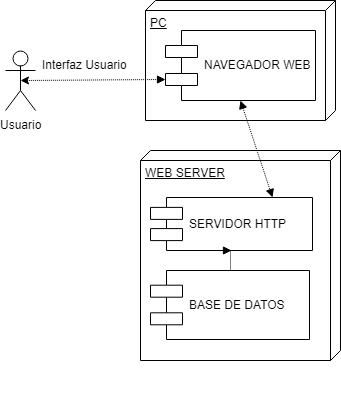
Above: Imagenes/DiagramaDespliegue.png in Danielh002/GeneticAlgorithm (draw.io), before the change. Source tidied: cells renumbered, new cells last; positions are measured from the earlier drawing's top-left corner, leaving out a move shared by most shapes. Source of this version:
```xml
<mxGraphModel>
  <root>
    <mxCell id="0" />
    <mxCell id="1" parent="0" />
    <mxCell id="2" value="Usuario" style="shape=umlActor;verticalLabelPosition=bottom;labelBackgroundColor=#ffffff;verticalAlign=top;html=1;outlineConnect=0;" parent="1" vertex="1">
      <mxGeometry y="50" width="30" height="60" as="geometry" />
    </mxCell>
    <mxCell id="3" value="PC" style="verticalAlign=top;align=left;spacingTop=8;spacingLeft=2;spacingRight=12;shape=cube;size=10;direction=south;fontStyle=4;html=1;" parent="1" vertex="1">
      <mxGeometry x="140" width="190" height="120" as="geometry" />
    </mxCell>
    <mxCell id="4" value="NAVEGADOR WEB" style="shape=component;align=left;spacingLeft=36;" parent="1" vertex="1">
      <mxGeometry x="160" y="30" width="150" height="70" as="geometry" />
    </mxCell>
    <mxCell id="5" style="group;" parent="1" vertex="1">
      <mxGeometry x="135" y="150" width="200" height="255" as="geometry" />
    </mxCell>
    <mxCell id="6" value="WEB SERVER" style="verticalAlign=top;align=left;spacingTop=8;spacingLeft=2;spacingRight=12;shape=cube;size=10;direction=south;fontStyle=4;html=1;" parent="5" vertex="1">
      <mxGeometry width="200" height="210" as="geometry" />
    </mxCell>
    <mxCell id="7" value="SERVIDOR HTTP" style="shape=component;align=left;spacingLeft=36;" parent="5" vertex="1">
      <mxGeometry x="10" y="47" width="162" height="53" as="geometry" />
    </mxCell>
    <mxCell id="8" style="edgeStyle=orthogonalEdgeStyle;rounded=0;jettySize=auto;html=1;exitX=0.5;exitY=0;exitDx=0;exitDy=0;dashed=1;dashPattern=1 1;endArrow=block;endFill=1;" parent="5" edge="1" source="9" target="7">
      <mxGeometry relative="1" as="geometry" />
    </mxCell>
    <mxCell id="9" value="BASE DE DATOS" style="shape=component;align=left;spacingLeft=36;" parent="5" vertex="1">
      <mxGeometry x="10" y="120" width="159" height="69" as="geometry" />
    </mxCell>
    <mxCell id="10" style="rounded=0;jettySize=auto;html=1;exitX=0.5;exitY=1;exitDx=0;exitDy=0;entryX=0.75;entryY=0;entryDx=0;entryDy=0;dashed=1;dashPattern=1 1;endArrow=block;endFill=1;startArrow=block;startFill=1;" parent="1" edge="1" source="4" target="7">
      <mxGeometry relative="1" as="geometry" />
    </mxCell>
    <mxCell id="11" value="Interfaz Usuario" style="text;html=1;align=left;verticalAlign=top;spacingTop=-4;" parent="1" vertex="1">
      <mxGeometry x="35" y="55" width="100" height="20" as="geometry" />
    </mxCell>
    <mxCell id="12" style="rounded=0;jettySize=auto;html=1;exitX=0.5;exitY=0.5;exitDx=0;exitDy=0;exitPerimeter=0;dashed=1;dashPattern=1 1;startArrow=classic;startFill=1;endArrow=block;endFill=1;entryX=0;entryY=0.7;entryDx=0;entryDy=0;" parent="1" edge="1" source="2" target="4">
      <mxGeometry relative="1" as="geometry" />
    </mxCell>
  </root>
</mxGraphModel>
```
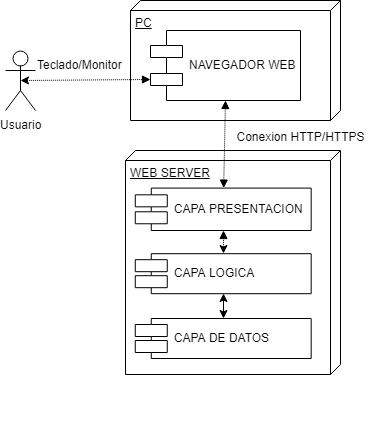
Later version of the same file.

The edit, as a diff of the source:
```diff
@@ -3,37 +3,46 @@
     <mxCell id="0" />
     <mxCell id="1" parent="0" />
     <mxCell id="2" value="Usuario" style="shape=umlActor;verticalLabelPosition=bottom;labelBackgroundColor=#ffffff;verticalAlign=top;html=1;outlineConnect=0;" parent="1" vertex="1">
-      <mxGeometry y="50" width="30" height="60" as="geometry" />
+      <mxGeometry x="15" y="50" width="30" height="60" as="geometry" />
     </mxCell>
     <mxCell id="3" value="PC" style="verticalAlign=top;align=left;spacingTop=8;spacingLeft=2;spacingRight=12;shape=cube;size=10;direction=south;fontStyle=4;html=1;" parent="1" vertex="1">
-      <mxGeometry x="140" width="190" height="120" as="geometry" />
+      <mxGeometry x="140" width="210" height="120" as="geometry" />
     </mxCell>
     <mxCell id="4" value="NAVEGADOR WEB" style="shape=component;align=left;spacingLeft=36;" parent="1" vertex="1">
       <mxGeometry x="160" y="30" width="150" height="70" as="geometry" />
     </mxCell>
     <mxCell id="5" style="group;" parent="1" vertex="1">
-      <mxGeometry x="135" y="150" width="200" height="255" as="geometry" />
+      <mxGeometry x="135" y="150" width="215" height="280" as="geometry" />
     </mxCell>
     <mxCell id="6" value="WEB SERVER" style="verticalAlign=top;align=left;spacingTop=8;spacingLeft=2;spacingRight=12;shape=cube;size=10;direction=south;fontStyle=4;html=1;" parent="5" vertex="1">
-      <mxGeometry width="200" height="210" as="geometry" />
+      <mxGeometry width="215" height="224" as="geometry" />
     </mxCell>
-    <mxCell id="7" value="SERVIDOR HTTP" style="shape=component;align=left;spacingLeft=36;" parent="5" vertex="1">
-      <mxGeometry x="10" y="47" width="162" height="53" as="geometry" />
+    <mxCell id="7" value="CAPA PRESENTACION" style="shape=component;align=left;spacingLeft=36;" parent="5" vertex="1">
+      <mxGeometry x="9.8" y="37.6" width="175.9" height="42.4" as="geometry" />
     </mxCell>
-    <mxCell id="8" style="edgeStyle=orthogonalEdgeStyle;rounded=0;jettySize=auto;html=1;exitX=0.5;exitY=0;exitDx=0;exitDy=0;dashed=1;dashPattern=1 1;endArrow=block;endFill=1;" parent="5" edge="1" source="9" target="7">
+    <mxCell id="8" style="edgeStyle=orthogonalEdgeStyle;rounded=0;jettySize=auto;html=1;exitX=0.5;exitY=0;exitDx=0;exitDy=0;dashed=1;dashPattern=1 1;endArrow=block;endFill=1;startArrow=classic;startFill=1;" parent="5" edge="1" source="9" target="7">
       <mxGeometry relative="1" as="geometry" />
     </mxCell>
+    <mxCell id="13" style="edgeStyle=orthogonalEdgeStyle;rounded=0;jettySize=auto;html=1;exitX=0.5;exitY=1;exitDx=0;exitDy=0;startArrow=classic;startFill=1;" parent="5" edge="1" source="9" target="14">
+      <mxGeometry relative="1" as="geometry" />
+    </mxCell>
-    <mxCell id="9" value="BASE DE DATOS" style="shape=component;align=left;spacingLeft=36;" parent="5" vertex="1">
-      <mxGeometry x="10" y="120" width="159" height="69" as="geometry" />
+    <mxCell id="9" value="CAPA LOGICA" style="shape=component;align=left;spacingLeft=36;" parent="5" vertex="1">
+      <mxGeometry x="9.8" y="103.2" width="175.9" height="40" as="geometry" />
     </mxCell>
+    <mxCell id="14" value="CAPA DE DATOS" style="shape=component;align=left;spacingLeft=36;" parent="5" vertex="1">
+      <mxGeometry x="9.8" y="168" width="175.9" height="40" as="geometry" />
+    </mxCell>
-    <mxCell id="10" style="rounded=0;jettySize=auto;html=1;exitX=0.5;exitY=1;exitDx=0;exitDy=0;entryX=0.75;entryY=0;entryDx=0;entryDy=0;dashed=1;dashPattern=1 1;endArrow=block;endFill=1;startArrow=block;startFill=1;" parent="1" edge="1" source="4" target="7">
+    <mxCell id="10" style="rounded=0;jettySize=auto;html=1;exitX=0.5;exitY=1;exitDx=0;exitDy=0;dashed=1;dashPattern=1 1;endArrow=block;endFill=1;startArrow=block;startFill=1;" parent="1" edge="1" source="4" target="7">
       <mxGeometry relative="1" as="geometry" />
     </mxCell>
-    <mxCell id="11" value="Interfaz Usuario" style="text;html=1;align=left;verticalAlign=top;spacingTop=-4;" parent="1" vertex="1">
-      <mxGeometry x="35" y="55" width="100" height="20" as="geometry" />
+    <mxCell id="11" value="Teclado/Monitor" style="text;html=1;align=left;verticalAlign=top;spacingTop=-4;" parent="1" vertex="1">
+      <mxGeometry x="45" y="55" width="100" height="20" as="geometry" />
     </mxCell>
     <mxCell id="12" style="rounded=0;jettySize=auto;html=1;exitX=0.5;exitY=0.5;exitDx=0;exitDy=0;exitPerimeter=0;dashed=1;dashPattern=1 1;startArrow=classic;startFill=1;endArrow=block;endFill=1;entryX=0;entryY=0.7;entryDx=0;entryDy=0;" parent="1" edge="1" source="2" target="4">
       <mxGeometry relative="1" as="geometry" />
     </mxCell>
+    <mxCell id="15" value="Conexion HTTP/HTTPS" style="text;html=1;strokeColor=none;fillColor=none;align=center;verticalAlign=middle;whiteSpace=wrap;rounded=0;" parent="1" vertex="1">
+      <mxGeometry x="232.5" y="126" width="155" height="20" as="geometry" />
+    </mxCell>
   </root>
 </mxGraphModel>
```
